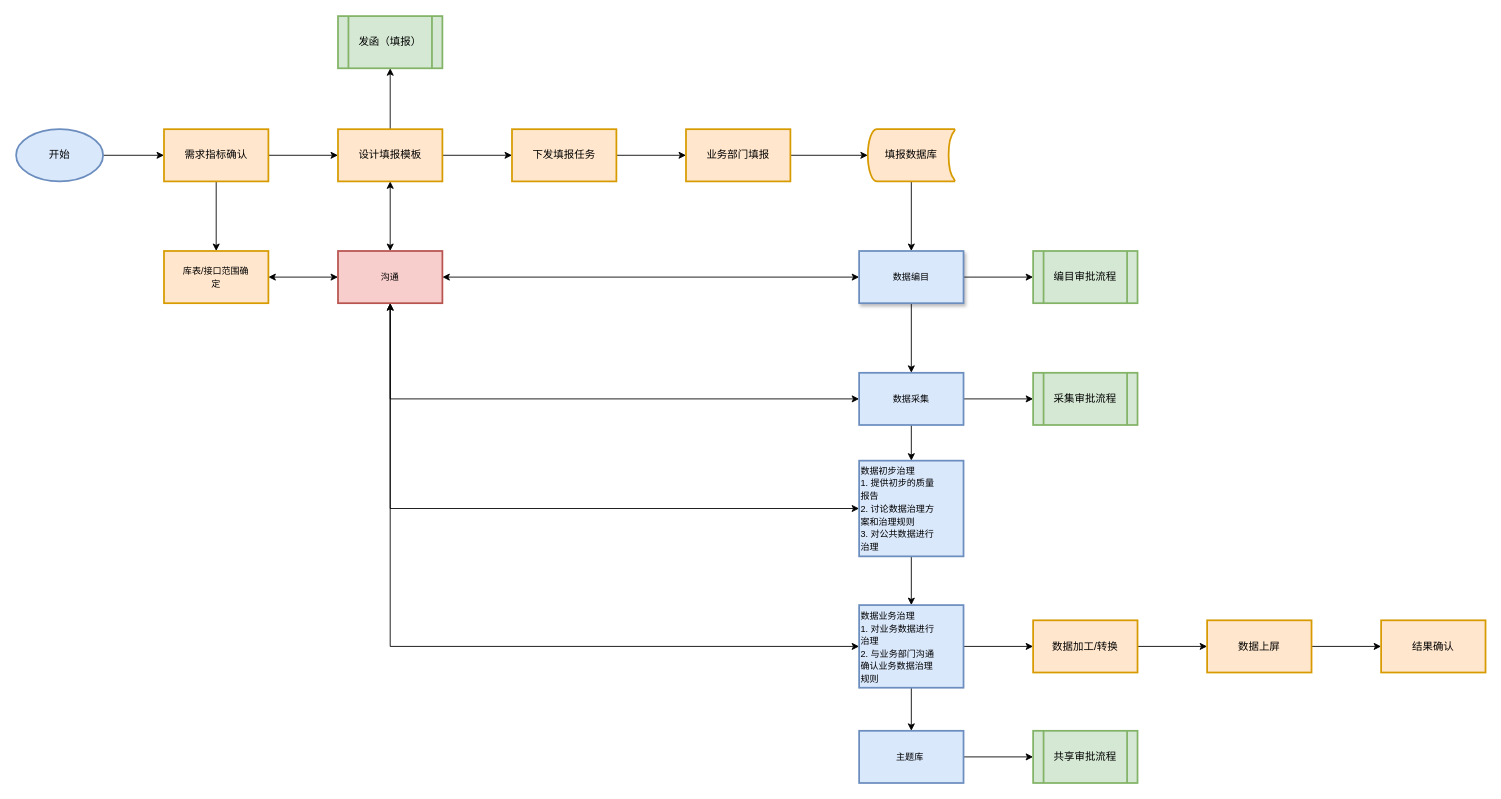
This is uml/未命名绘图.drawio from CIKE-peaked/mylib, a draw.io file, before an edit. Source tidied: cells renumbered, new cells numbered last; positions are measured from the earlier drawing's top-left corner, leaving out a move shared by most shapes. Both pictures are drawn from the tidied source at 87%, with x=0, y=0 at pixel (16, 16).
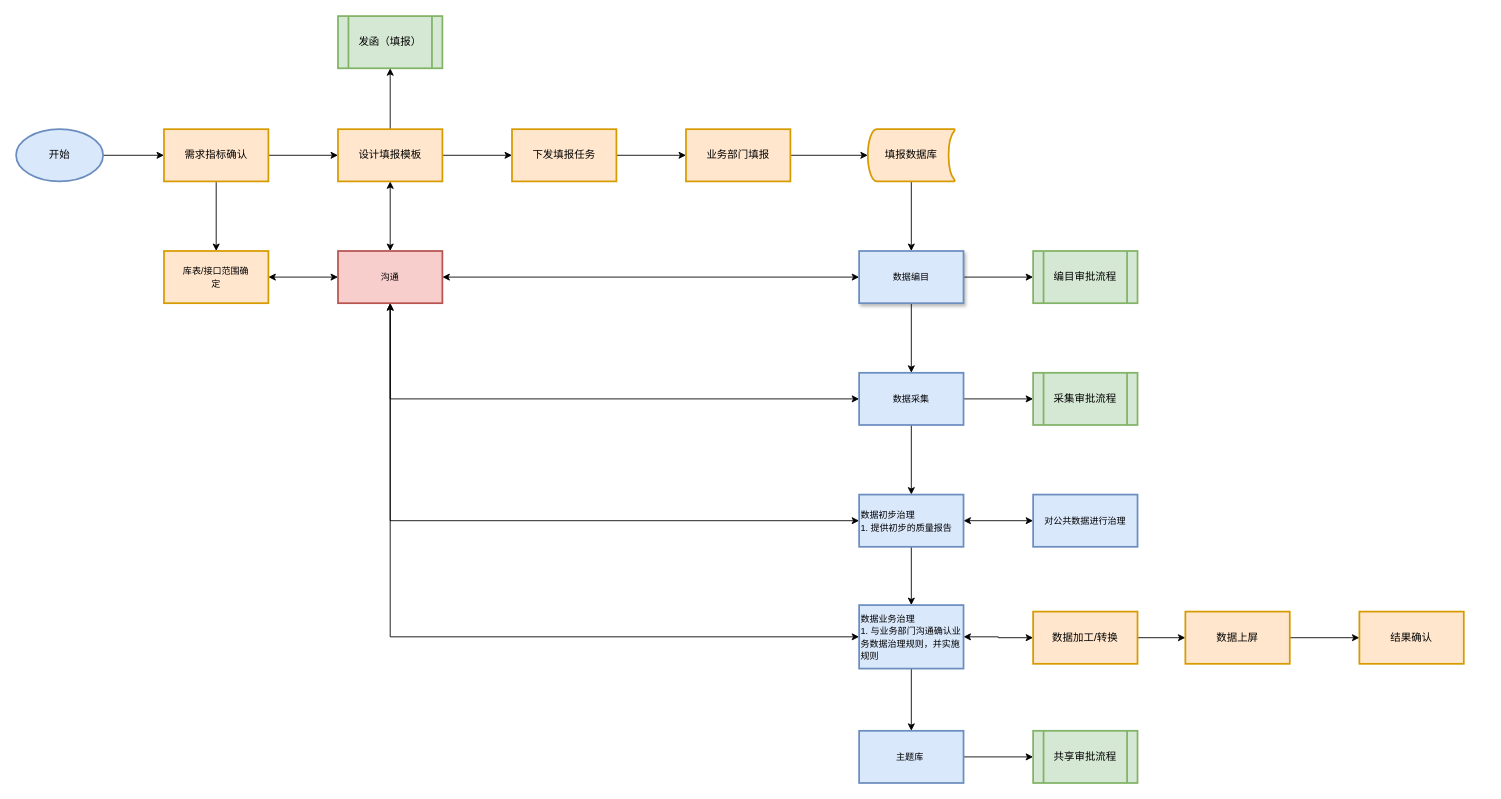
The same diagram, later.

Commit message:
更新未命名绘图.drawio

Change to the diagram source:
```diff
@@
+    <mxCell id="46" style="edgeStyle=orthogonalEdgeStyle;rounded=0;jettySize=auto;html=1;startArrow=classic;startFill=1;" parent="1" edge="1" source="31" target="47">
+      <mxGeometry relative="1" as="geometry" />
+    </mxCell>
-    <mxCell id="31" value="&lt;div&gt;&lt;span style=&quot;font-size: 7.8pt; font-family: 榛戜綋;&quot;&gt;数据初步治理&lt;br&gt;&lt;/span&gt;&lt;/div&gt;&lt;div&gt;&lt;span style=&quot;font-size: 7.825pt; font-family: Calibri;&quot;&gt;1. &lt;/span&gt;&lt;span style=&quot;font-size: 7.825pt; font-family: 榛戜綋;&quot;&gt;提供初步的质量&lt;br&gt;&lt;/span&gt;&lt;/div&gt;&lt;div&gt;&lt;span style=&quot;font-size: 7.8pt; font-family: 榛戜綋;&quot;&gt;报告&lt;br&gt;&lt;/span&gt;&lt;/div&gt;&lt;div&gt;&lt;span style=&quot;font-size: 7.825pt; font-family: Calibri;&quot;&gt;2. &lt;/span&gt;&lt;span style=&quot;font-size: 7.825pt; font-family: 榛戜綋;&quot;&gt;讨论数据治理方&lt;br&gt;&lt;/span&gt;&lt;/div&gt;&lt;div&gt;&lt;span style=&quot;font-size: 7.8pt; font-family: 榛戜綋;&quot;&gt;案和治理规则&lt;br&gt;&lt;/span&gt;&lt;/div&gt;&lt;div&gt;&lt;span style=&quot;font-size: 7.8pt; font-family: Calibri;&quot;&gt;3. &lt;/span&gt;&lt;span style=&quot;font-size: 7.8pt; font-family: 榛戜綋;&quot;&gt;对公共数据进行&lt;br&gt;&lt;/span&gt;&lt;/div&gt;&lt;div&gt;&lt;span style=&quot;font-size: 7.8pt; font-family: 榛戜綋;&quot;&gt;治理&amp;nbsp;&lt;/span&gt;&lt;/div&gt;" style="whiteSpace=wrap;html=1;fillColor=#dae8fc;strokeColor=#6c8ebf;strokeWidth=2;align=left;" parent="1" vertex="1">
-      <mxGeometry x="969" y="511" width="120" height="110" as="geometry" />
+    <mxCell id="31" value="&lt;div&gt;&lt;font face=&quot;榛戜綋&quot;&gt;&lt;span style=&quot;font-size: 10.4px;&quot;&gt;数据初步治理&lt;/span&gt;&lt;/font&gt;&lt;/div&gt;&lt;div&gt;&lt;font face=&quot;榛戜綋&quot;&gt;&lt;span style=&quot;font-size: 10.4px;&quot;&gt;1. 提供初步的质量报告&lt;/span&gt;&lt;/font&gt;&lt;/div&gt;" style="whiteSpace=wrap;html=1;fillColor=#dae8fc;strokeColor=#6c8ebf;strokeWidth=2;align=left;" parent="1" vertex="1">
+      <mxGeometry x="969" y="550" width="120" height="60" as="geometry" />
     </mxCell>
@@
-    <mxCell id="33" style="edgeStyle=orthogonalEdgeStyle;rounded=0;jettySize=auto;html=1;" parent="1" edge="1" source="34" target="42">
+    <mxCell id="33" style="edgeStyle=orthogonalEdgeStyle;rounded=0;jettySize=auto;html=1;startArrow=classic;startFill=1;" parent="1" edge="1" source="34" target="42">
       <mxGeometry relative="1" as="geometry" />
     </mxCell>
-    <mxCell id="34" value="&lt;div&gt;&lt;span style=&quot;font-size: 7.8pt; font-family: 榛戜綋;&quot;&gt;数据业务治理&lt;br&gt;&lt;/span&gt;&lt;/div&gt;&lt;div&gt;&lt;span style=&quot;font-size: 7.825pt; font-family: Calibri;&quot;&gt;1. &lt;/span&gt;&lt;span style=&quot;font-size: 7.825pt; font-family: 榛戜綋;&quot;&gt;对业务数据进行&lt;br&gt;&lt;/span&gt;&lt;/div&gt;&lt;div&gt;&lt;span style=&quot;font-size: 7.8pt; font-family: 榛戜綋;&quot;&gt;治理&lt;br&gt;&lt;/span&gt;&lt;/div&gt;&lt;div&gt;&lt;span style=&quot;font-size: 7.825pt; font-family: Calibri;&quot;&gt;2. &lt;/span&gt;&lt;span style=&quot;font-size: 7.825pt; font-family: 榛戜綋;&quot;&gt;与业务部门沟通&lt;br&gt;&lt;/span&gt;&lt;/div&gt;&lt;div&gt;&lt;span style=&quot;font-size: 7.8pt; font-family: 榛戜綋;&quot;&gt;确认业务数据治理&lt;br&gt;&lt;/span&gt;&lt;/div&gt;&lt;div&gt;&lt;span style=&quot;font-size: 7.8pt; font-family: 榛戜綋;&quot;&gt;规则&lt;/span&gt;&lt;/div&gt;" style="whiteSpace=wrap;html=1;fillColor=#dae8fc;strokeColor=#6c8ebf;strokeWidth=2;align=left;" parent="1" vertex="1">
-      <mxGeometry x="969" y="677" width="120" height="95" as="geometry" />
+    <mxCell id="34" value="&lt;div&gt;&lt;font face=&quot;榛戜綋&quot;&gt;&lt;span style=&quot;font-size: 10.4px;&quot;&gt;数据业务治理&lt;/span&gt;&lt;/font&gt;&lt;/div&gt;&lt;div&gt;&lt;font face=&quot;榛戜綋&quot;&gt;&lt;span style=&quot;font-size: 10.4px;&quot;&gt;1. 与业务部门沟通确认业务数据治理规则，并实施规则&lt;/span&gt;&lt;/font&gt;&lt;/div&gt;" style="whiteSpace=wrap;html=1;fillColor=#dae8fc;strokeColor=#6c8ebf;strokeWidth=2;align=left;" parent="1" vertex="1">
+      <mxGeometry x="969" y="677" width="120" height="73" as="geometry" />
     </mxCell>
@@
     <mxCell id="42" value="数据加工/转换" style="whiteSpace=wrap;html=1;fillColor=#ffe6cc;strokeColor=#d79b00;strokeWidth=2;" parent="1" vertex="1">
-      <mxGeometry x="1169" y="694.5" width="120" height="60" as="geometry" />
+      <mxGeometry x="1169" y="684.5" width="120" height="60" as="geometry" />
     </mxCell>
@@
     <mxCell id="44" value="数据上屏" style="whiteSpace=wrap;html=1;fillColor=#ffe6cc;strokeColor=#d79b00;strokeWidth=2;" parent="1" vertex="1">
-      <mxGeometry x="1369" y="694.5" width="120" height="60" as="geometry" />
+      <mxGeometry x="1344" y="684.5" width="120" height="60" as="geometry" />
     </mxCell>
     <mxCell id="45" value="&lt;div&gt;&lt;span style=&quot;background-color: initial;&quot;&gt;结果确认&lt;/span&gt;&lt;br&gt;&lt;/div&gt;" style="whiteSpace=wrap;html=1;fillColor=#ffe6cc;strokeColor=#d79b00;strokeWidth=2;" parent="1" vertex="1">
-      <mxGeometry x="1569" y="694.5" width="120" height="60" as="geometry" />
+      <mxGeometry x="1544" y="684.5" width="120" height="60" as="geometry" />
     </mxCell>
+    <mxCell id="47" value="&lt;font face=&quot;榛戜綋&quot;&gt;&lt;span style=&quot;font-size: 10.4px;&quot;&gt;对公共数据进行治理&lt;/span&gt;&lt;/font&gt;" style="whiteSpace=wrap;html=1;fillColor=#dae8fc;strokeColor=#6c8ebf;strokeWidth=2;align=center;" parent="1" vertex="1">
+      <mxGeometry x="1169" y="550" width="120" height="60" as="geometry" />
+    </mxCell>
```
